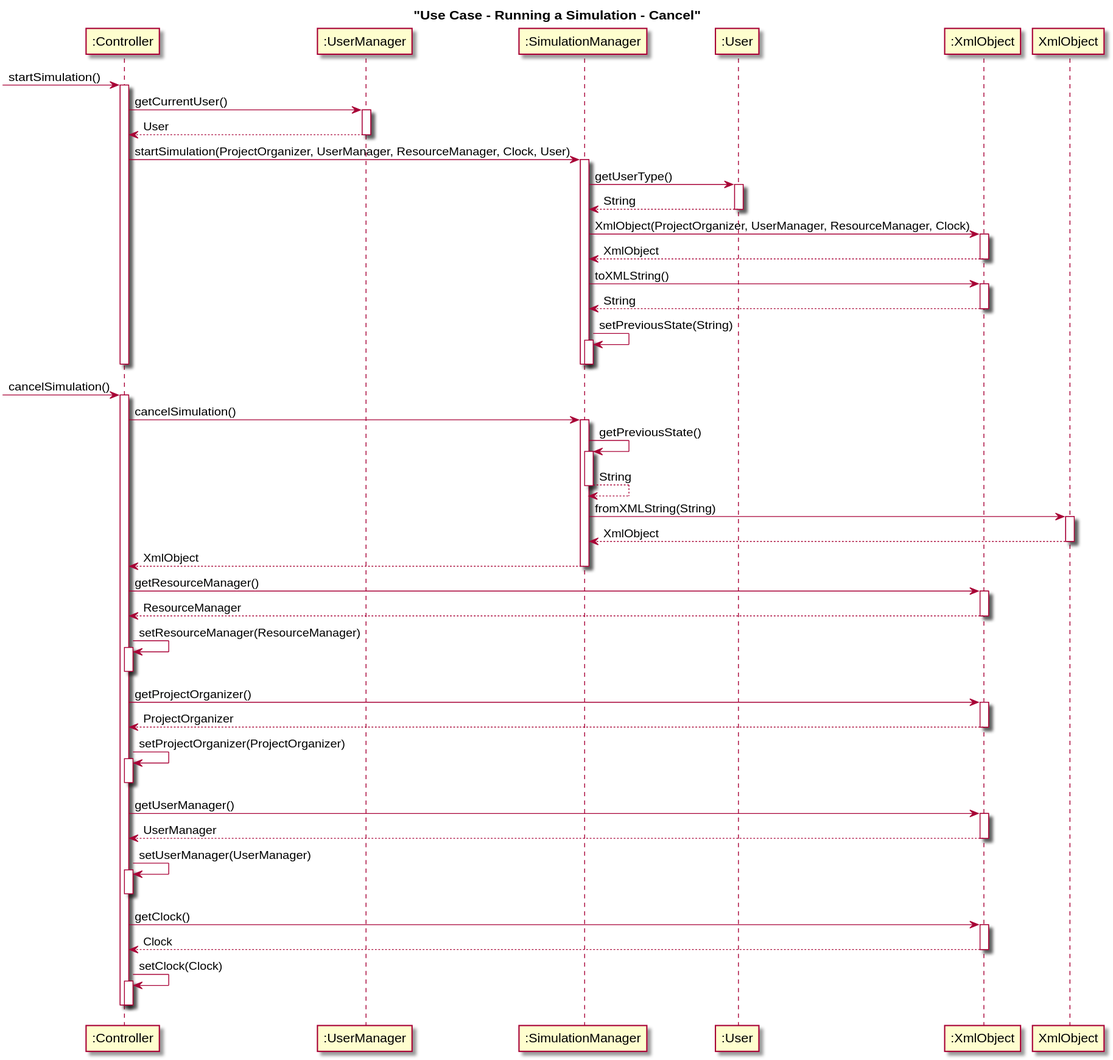
The PlantUML diagram diagrams/interaction_diagrams/UC 10b - Running a Simulation cancel.svg in julienbenaouda/projectJJA, before a commit. Its diagram source:
```plantuml
@startuml
title "Use Case - Running a Simulation - Cancel"

-> ":Controller": startSimulation()
activate ":Controller"

":Controller" -> ":UserManager": getCurrentUser()
activate ":UserManager"
":Controller" <-- ":UserManager": User
deactivate ":UserManager"

":Controller" -> ":SimulationManager": startSimulation(ProjectOrganizer, UserManager, ResourceManager, Clock, User)
activate ":SimulationManager"

":SimulationManager" -> ":User": getUserType()
activate ":User"
":SimulationManager" <-- ":User": String
deactivate ":User"

":SimulationManager" -> ":XmlObject": XmlObject(ProjectOrganizer, UserManager, ResourceManager, Clock)
activate ":XmlObject"
":SimulationManager" <-- ":XmlObject": XmlObject
deactivate ":XmlObject"

":SimulationManager" -> ":XmlObject": toXMLString()
activate ":XmlObject"
":SimulationManager" <-- ":XmlObject": String
deactivate ":XmlObject"

":SimulationManager" -> ":SimulationManager": setPreviousState(String)
activate ":SimulationManager"
deactivate ":SimulationManager"

deactivate ":SimulationManager"

deactivate ":Controller"


-> ":Controller": cancelSimulation()
activate ":Controller"

":Controller" -> ":SimulationManager": cancelSimulation()
activate ":SimulationManager"

":SimulationManager" -> ":SimulationManager": getPreviousState()
activate ":SimulationManager"
":SimulationManager" <-- ":SimulationManager": String
deactivate ":SimulationManager"

":SimulationManager" -> "XmlObject": fromXMLString(String)
activate "XmlObject"
":SimulationManager" <-- "XmlObject": XmlObject
deactivate "XmlObject"

":Controller" <-- ":SimulationManager": XmlObject
deactivate ":SimulationManager"

":Controller" -> ":XmlObject": getResourceManager()
activate ":XmlObject"
":Controller" <-- ":XmlObject": ResourceManager
deactivate ":XmlObject"

":Controller" -> ":Controller": setResourceManager(ResourceManager)
activate ":Controller"
deactivate ":Controller"

":Controller" -> ":XmlObject": getProjectOrganizer()
activate ":XmlObject"
":Controller" <-- ":XmlObject": ProjectOrganizer
deactivate ":XmlObject"

":Controller" -> ":Controller": setProjectOrganizer(ProjectOrganizer)
activate ":Controller"
deactivate ":Controller"

":Controller" -> ":XmlObject": getUserManager()
activate ":XmlObject"
":Controller" <-- ":XmlObject": UserManager
deactivate ":XmlObject"

":Controller" -> ":Controller": setUserManager(UserManager)
activate ":Controller"
deactivate ":Controller"

":Controller" -> ":XmlObject": getClock()
activate ":XmlObject"
":Controller" <-- ":XmlObject": Clock
deactivate ":XmlObject"

":Controller" -> ":Controller": setClock(Clock)
activate ":Controller"
deactivate ":Controller"

deactivate ":Controller"
@enduml
```
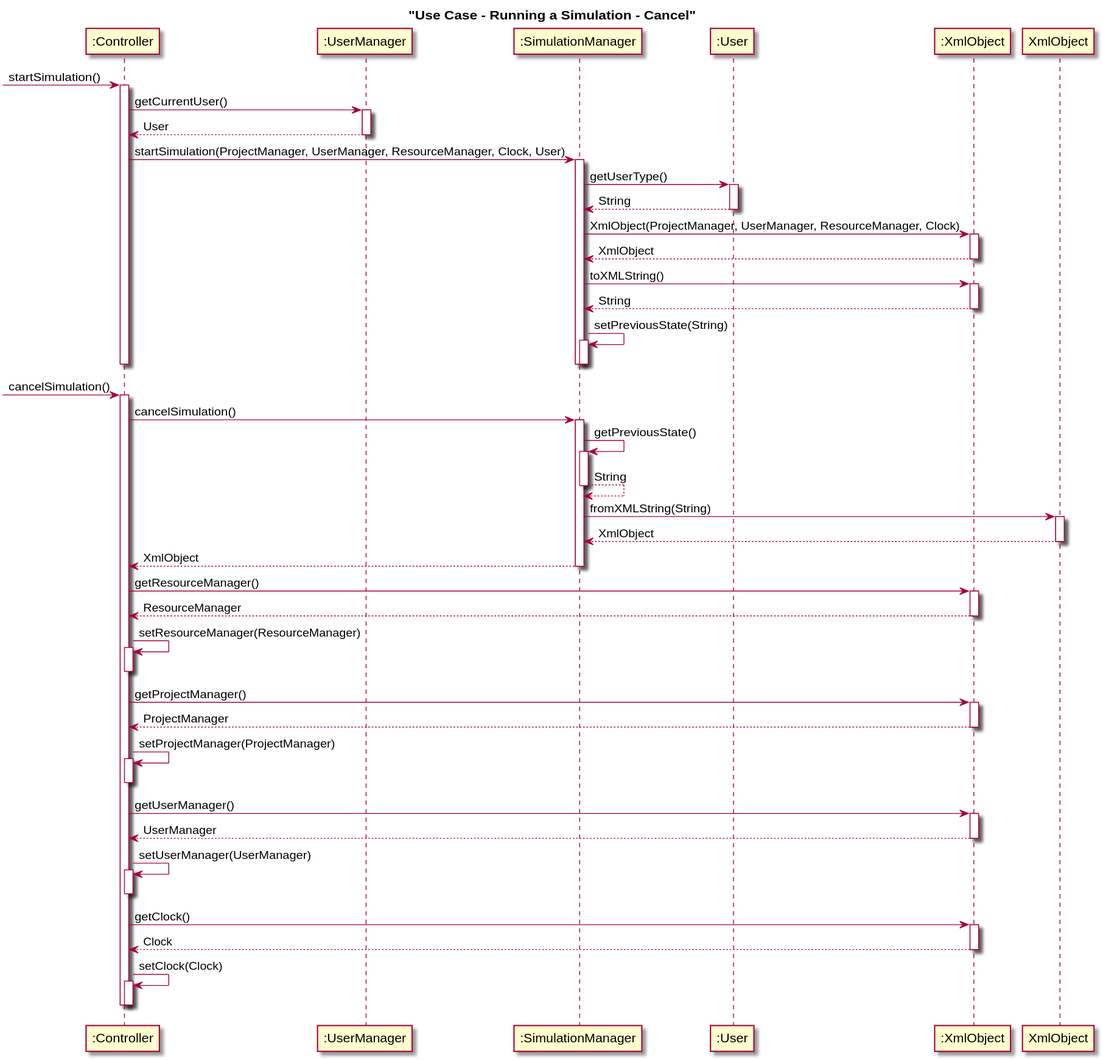
The same diagram one commit later.

Change to the diagram source:
```diff
@@ -9,7 +9,7 @@
 ":Controller" <-- ":UserManager": User
 deactivate ":UserManager"
 
-":Controller" -> ":SimulationManager": startSimulation(ProjectOrganizer, UserManager, ResourceManager, Clock, User)
+":Controller" -> ":SimulationManager": startSimulation(ProjectManager, UserManager, ResourceManager, Clock, User)
 activate ":SimulationManager"
 
 ":SimulationManager" -> ":User": getUserType()
@@ -17,7 +17,7 @@
 ":SimulationManager" <-- ":User": String
 deactivate ":User"
 
-":SimulationManager" -> ":XmlObject": XmlObject(ProjectOrganizer, UserManager, ResourceManager, Clock)
+":SimulationManager" -> ":XmlObject": XmlObject(ProjectManager, UserManager, ResourceManager, Clock)
 activate ":XmlObject"
 ":SimulationManager" <-- ":XmlObject": XmlObject
 deactivate ":XmlObject"
@@ -64,12 +64,12 @@
 activate ":Controller"
 deactivate ":Controller"
 
-":Controller" -> ":XmlObject": getProjectOrganizer()
+":Controller" -> ":XmlObject": getProjectManager()
 activate ":XmlObject"
-":Controller" <-- ":XmlObject": ProjectOrganizer
+":Controller" <-- ":XmlObject": ProjectManager
 deactivate ":XmlObject"
 
-":Controller" -> ":Controller": setProjectOrganizer(ProjectOrganizer)
+":Controller" -> ":Controller": setProjectManager(ProjectManager)
 activate ":Controller"
 deactivate ":Controller"
 
```
